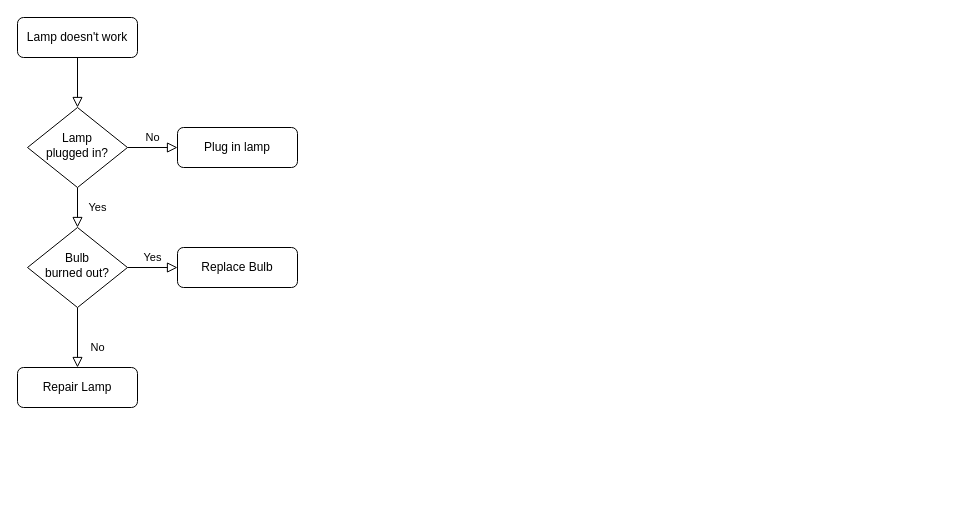
Above: SalaryDecisionTree.drawio in Gazala45/MachineLearning (draw.io), before the change. Source tidied: cells renumbered, new cells numbered last; positions are measured from the earlier drawing's top-left corner, leaving out a move shared by most shapes. Both pictures are drawn from the tidied source at 100%, with x=0, y=0 at pixel (17, 17).
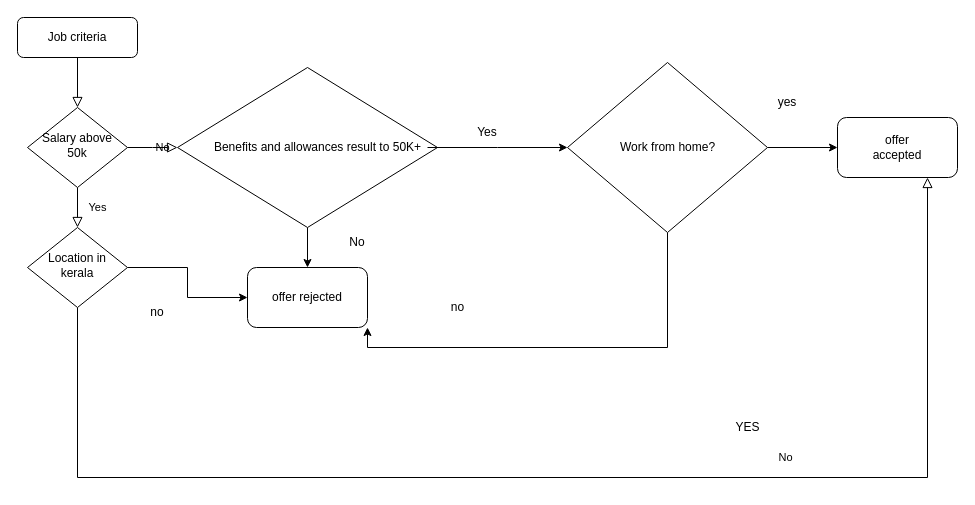
After the change.

What changed in the source:
```diff
@@
-    <mxCell id="3" value="Lamp doesn't work" style="rounded=1;whiteSpace=wrap;html=1;fontSize=12;glass=0;strokeWidth=1;shadow=0;" parent="1" vertex="1">
+    <mxCell id="3" value="Job criteria" style="rounded=1;whiteSpace=wrap;html=1;fontSize=12;glass=0;strokeWidth=1;shadow=0;" parent="1" vertex="1">
       <mxGeometry width="120" height="40" as="geometry" />
     </mxCell>
@@
-    <mxCell id="5" value="No" style="edgeStyle=orthogonalEdgeStyle;rounded=0;html=1;jettySize=auto;fontSize=11;endArrow=block;endFill=0;endSize=8;strokeWidth=1;shadow=0;labelBackgroundColor=none;" parent="1" edge="1" source="6" target="7">
-      <mxGeometry y="10" relative="1" as="geometry" />
+    <mxCell id="5" value="No" style="edgeStyle=orthogonalEdgeStyle;rounded=0;html=1;jettySize=auto;fontSize=11;endArrow=block;endFill=0;endSize=8;strokeWidth=1;shadow=0;labelBackgroundColor=none;" parent="1" edge="1" source="6">
+      <mxGeometry y="10" relative="1" as="geometry">
+        <mxPoint x="160" y="130" as="targetPoint" />
+      </mxGeometry>
     </mxCell>
-    <mxCell id="6" value="Lamp&lt;br&gt;plugged in?" style="rhombus;whiteSpace=wrap;html=1;shadow=0;fontFamily=Helvetica;fontSize=12;align=center;strokeWidth=1;spacing=6;spacingTop=-4;" parent="1" vertex="1">
+    <mxCell id="6" value="Salary above 50k" style="rhombus;whiteSpace=wrap;html=1;shadow=0;fontFamily=Helvetica;fontSize=12;align=center;strokeWidth=1;spacing=6;spacingTop=-4;" parent="1" vertex="1">
       <mxGeometry x="10" y="90" width="100" height="80" as="geometry" />
     </mxCell>
-    <mxCell id="7" value="Plug in lamp" style="rounded=1;whiteSpace=wrap;html=1;fontSize=12;glass=0;strokeWidth=1;shadow=0;" parent="1" vertex="1">
-      <mxGeometry x="160" y="110" width="120" height="40" as="geometry" />
-    </mxCell>
-    <mxCell id="8" value="No" style="rounded=0;html=1;jettySize=auto;fontSize=11;endArrow=block;endFill=0;endSize=8;strokeWidth=1;shadow=0;labelBackgroundColor=none;edgeStyle=orthogonalEdgeStyle;" parent="1" edge="1" source="10" target="11">
-      <mxGeometry x="0.33" y="20" relative="1" as="geometry" />
+    <mxCell id="8" value="No" style="rounded=0;html=1;jettySize=auto;fontSize=11;endArrow=block;endFill=0;endSize=8;strokeWidth=1;shadow=0;labelBackgroundColor=none;edgeStyle=orthogonalEdgeStyle;entryX=0.75;entryY=1;entryDx=0;entryDy=0;" parent="1" edge="1" source="10" target="25">
+      <mxGeometry x="0.33" y="20" relative="1" as="geometry">
+        <Array as="points">
+          <mxPoint x="60" y="460" />
+          <mxPoint x="910" y="460" />
+        </Array>
+      </mxGeometry>
     </mxCell>
+    <mxCell id="13" style="edgeStyle=orthogonalEdgeStyle;rounded=0;jettySize=auto;html=1;entryX=0;entryY=0.5;entryDx=0;entryDy=0;" parent="1" edge="1" source="10" target="22">
+      <mxGeometry relative="1" as="geometry" />
+    </mxCell>
+    <mxCell id="10" value="Location in kerala" style="rhombus;whiteSpace=wrap;html=1;shadow=0;fontFamily=Helvetica;fontSize=12;align=center;strokeWidth=1;spacing=6;spacingTop=-4;" parent="1" vertex="1">
+      <mxGeometry x="10" y="210" width="100" height="80" as="geometry" />
+    </mxCell>
+    <mxCell id="14" style="edgeStyle=orthogonalEdgeStyle;rounded=0;jettySize=auto;html=1;" parent="1" edge="1" source="15" target="22">
+      <mxGeometry relative="1" as="geometry" />
+    </mxCell>
+    <mxCell id="15" style="rhombus;whiteSpace=wrap;html=1;" parent="1" vertex="1">
+      <mxGeometry x="160" y="50" width="260" height="160" as="geometry" />
+    </mxCell>
+    <mxCell id="16" style="edgeStyle=orthogonalEdgeStyle;rounded=0;jettySize=auto;html=1;" parent="1" edge="1" source="17">
+      <mxGeometry relative="1" as="geometry">
+        <mxPoint x="550" y="130" as="targetPoint" />
+      </mxGeometry>
+    </mxCell>
+    <mxCell id="17" value="Benefits and allowances result to 50K+" style="text;html=1;align=center;verticalAlign=middle;points=[];fillColor=none;strokeColor=none;rounded=0;" parent="1" vertex="1">
+      <mxGeometry x="190" y="120" width="220" height="20" as="geometry" />
+    </mxCell>
+    <mxCell id="18" style="edgeStyle=orthogonalEdgeStyle;rounded=0;jettySize=auto;html=1;entryX=1;entryY=1;entryDx=0;entryDy=0;" parent="1" edge="1" source="20" target="22">
+      <mxGeometry relative="1" as="geometry">
+        <Array as="points">
+          <mxPoint x="650" y="330" />
+          <mxPoint x="350" y="330" />
+        </Array>
+      </mxGeometry>
+    </mxCell>
+    <mxCell id="19" style="edgeStyle=orthogonalEdgeStyle;rounded=0;jettySize=auto;html=1;" parent="1" edge="1" source="20" target="25">
+      <mxGeometry relative="1" as="geometry" />
+    </mxCell>
+    <mxCell id="20" style="rhombus;whiteSpace=wrap;html=1;" parent="1" vertex="1">
+      <mxGeometry x="550" y="45" width="200" height="170" as="geometry" />
+    </mxCell>
+    <mxCell id="21" value="Work from home?" style="text;html=1;align=center;verticalAlign=middle;fillColor=none;strokeColor=none;rounded=0;" parent="1" vertex="1">
+      <mxGeometry x="595" y="120" width="110" height="20" as="geometry" />
+    </mxCell>
+    <mxCell id="22" value="offer rejected" style="rounded=1;whiteSpace=wrap;html=1;" parent="1" vertex="1">
+      <mxGeometry x="230" y="250" width="120" height="60" as="geometry" />
+    </mxCell>
-    <mxCell id="9" value="Yes" style="edgeStyle=orthogonalEdgeStyle;rounded=0;html=1;jettySize=auto;fontSize=11;endArrow=block;endFill=0;endSize=8;strokeWidth=1;shadow=0;labelBackgroundColor=none;" parent="1" edge="1" source="10" target="12">
-      <mxGeometry y="10" relative="1" as="geometry" />
+    <mxCell id="9" value="Yes" style="text;html=1;strokeColor=none;fillColor=none;align=center;verticalAlign=middle;whiteSpace=wrap;rounded=0;" parent="1" vertex="1">
+      <mxGeometry x="440" y="100" width="60" height="30" as="geometry" />
     </mxCell>
-    <mxCell id="10" value="Bulb&lt;br&gt;burned out?" style="rhombus;whiteSpace=wrap;html=1;shadow=0;fontFamily=Helvetica;fontSize=12;align=center;strokeWidth=1;spacing=6;spacingTop=-4;" parent="1" vertex="1">
-      <mxGeometry x="10" y="210" width="100" height="80" as="geometry" />
-    </mxCell>
-    <mxCell id="11" value="Repair Lamp" style="rounded=1;whiteSpace=wrap;html=1;fontSize=12;glass=0;strokeWidth=1;shadow=0;" parent="1" vertex="1">
-      <mxGeometry y="350" width="120" height="40" as="geometry" />
-    </mxCell>
-    <mxCell id="12" value="Replace Bulb" style="rounded=1;whiteSpace=wrap;html=1;fontSize=12;glass=0;strokeWidth=1;shadow=0;" parent="1" vertex="1">
-      <mxGeometry x="160" y="230" width="120" height="40" as="geometry" />
-    </mxCell>
+    <mxCell id="23" value="No" style="text;html=1;strokeColor=none;fillColor=none;align=center;verticalAlign=middle;whiteSpace=wrap;rounded=0;" parent="1" vertex="1">
+      <mxGeometry x="310" y="210" width="60" height="30" as="geometry" />
+    </mxCell>
+    <mxCell id="24" value="no" style="text;html=1;strokeColor=none;fillColor=none;align=center;verticalAlign=middle;whiteSpace=wrap;rounded=0;" parent="1" vertex="1">
+      <mxGeometry x="110" y="280" width="60" height="30" as="geometry" />
+    </mxCell>
+    <mxCell id="25" style="rounded=1;whiteSpace=wrap;html=1;" parent="1" vertex="1">
+      <mxGeometry x="820" y="100" width="120" height="60" as="geometry" />
+    </mxCell>
+    <mxCell id="26" value="yes" style="text;html=1;strokeColor=none;fillColor=none;align=center;verticalAlign=middle;whiteSpace=wrap;rounded=0;" parent="1" vertex="1">
+      <mxGeometry x="740" y="70" width="60" height="30" as="geometry" />
+    </mxCell>
+    <mxCell id="27" value="no" style="text;html=1;align=center;verticalAlign=middle;fillColor=none;strokeColor=none;rounded=0;" parent="1" vertex="1">
+      <mxGeometry x="425" y="280" width="30" height="20" as="geometry" />
+    </mxCell>
+    <mxCell id="28" value="offer accepted" style="text;html=1;strokeColor=none;fillColor=none;align=center;verticalAlign=middle;whiteSpace=wrap;rounded=0;" parent="1" vertex="1">
+      <mxGeometry x="850" y="115" width="60" height="30" as="geometry" />
+    </mxCell>
+    <mxCell id="29" value="YES" style="text;html=1;align=center;verticalAlign=middle;fillColor=none;strokeColor=none;rounded=0;" parent="1" vertex="1">
+      <mxGeometry x="710" y="400" width="40" height="20" as="geometry" />
+    </mxCell>
```
